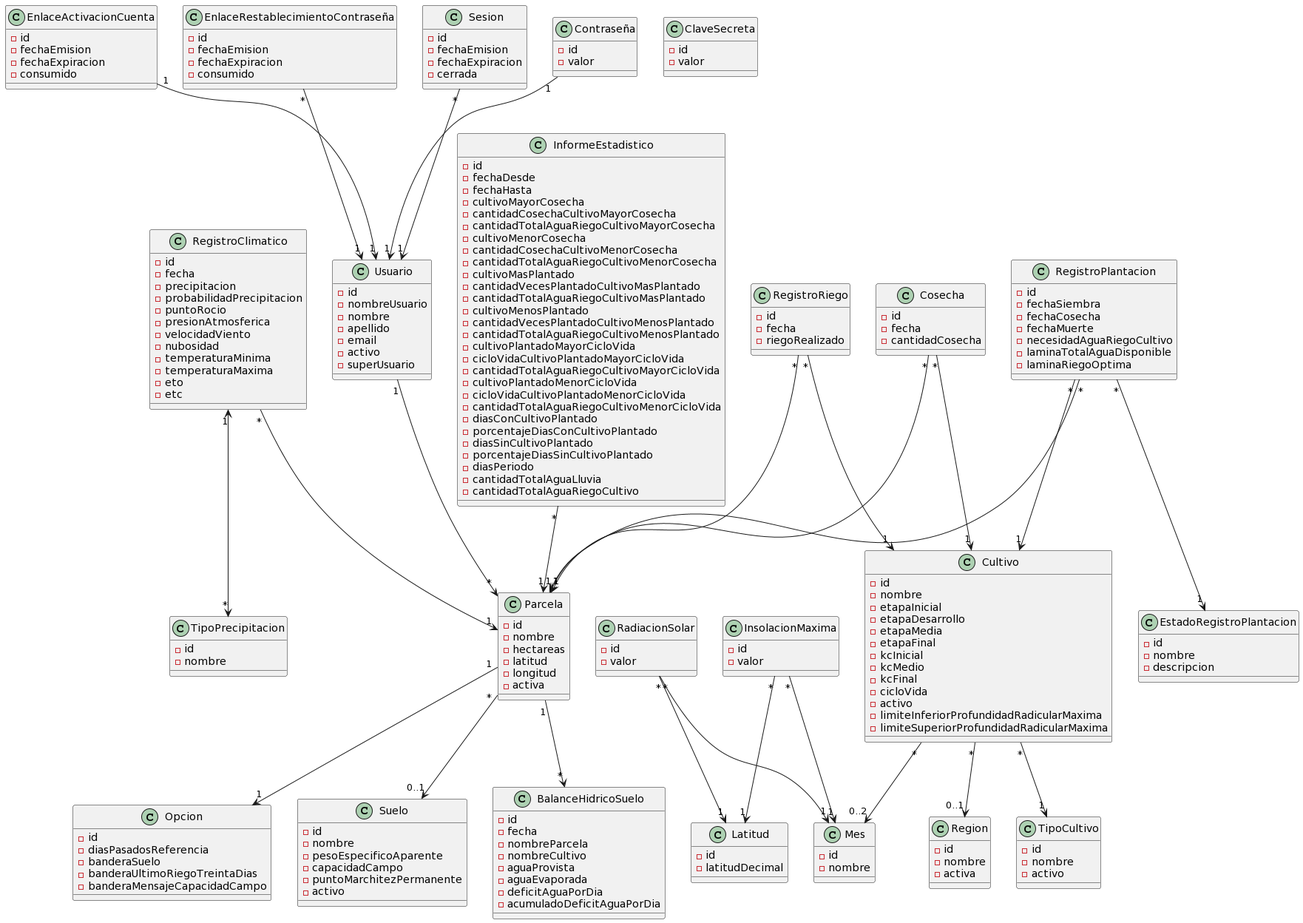
Before: docs/domain model/Modelo de dominio.png, a diagram exported from PlantUML (facundopaez-dev/sistema-web-riego).
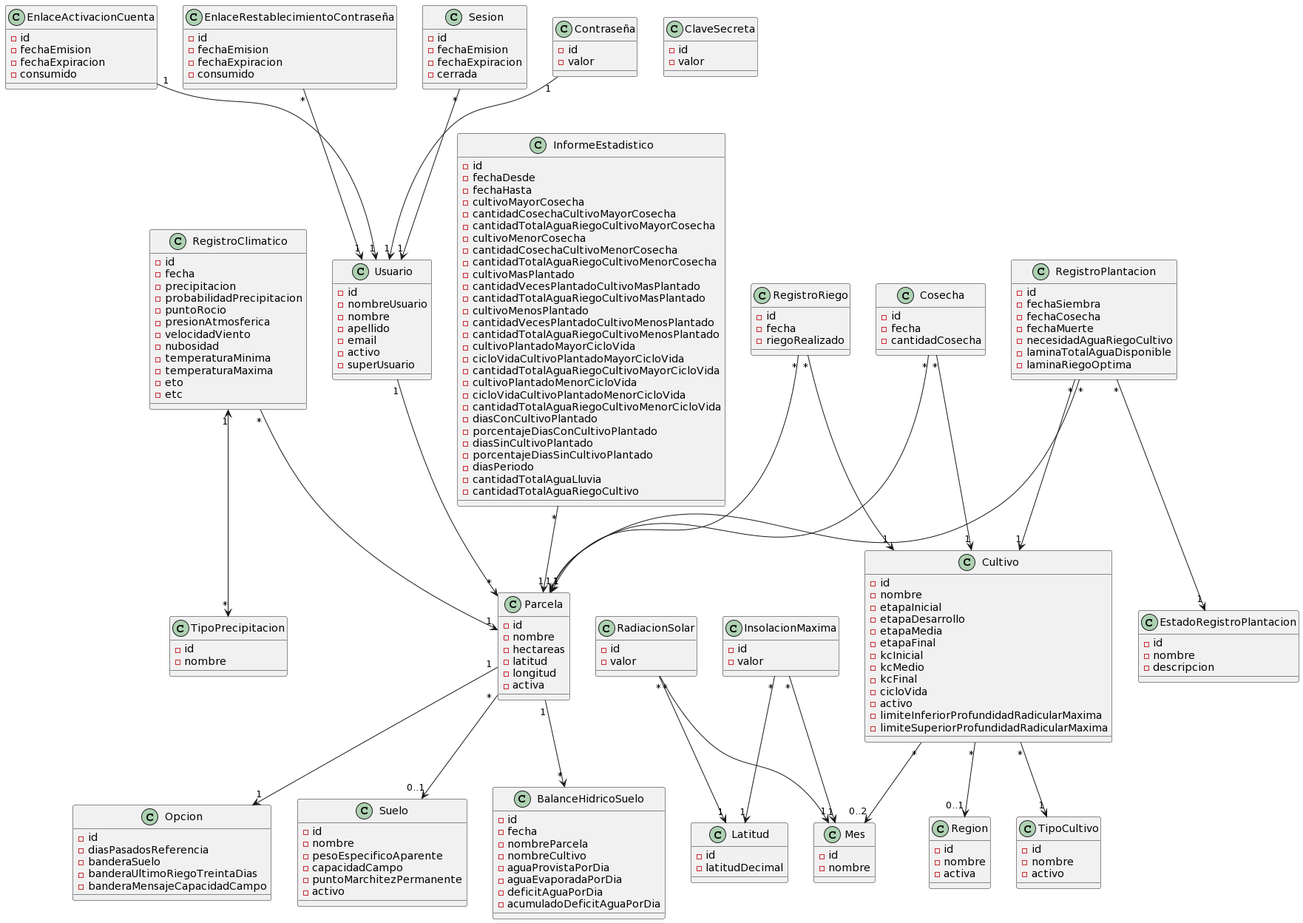
After the commit.

Change to the diagram source:
```diff
@@ -210,8 +210,8 @@
 -fecha
 -nombreParcela
 -nombreCultivo
--aguaProvista
--aguaEvaporada
+-aguaProvistaPorDia
+-aguaEvaporadaPorDia
 -deficitAguaPorDia
 -acumuladoDeficitAguaPorDia
 }
```
